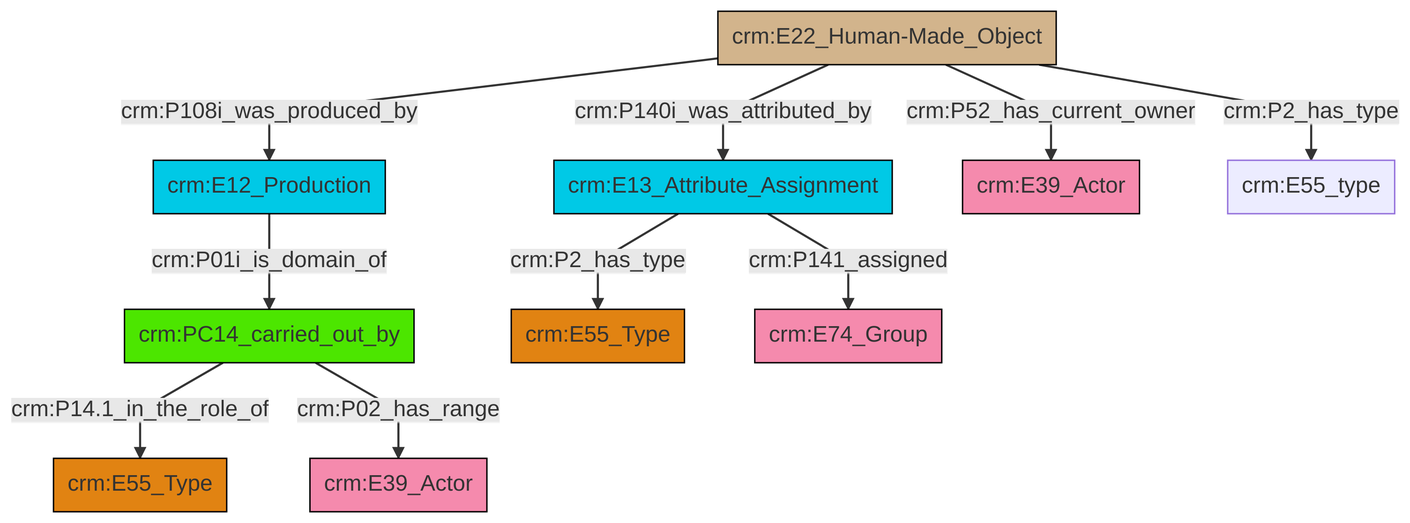
Above: et/builtWorkCSV/ttl/mmd/png/Built_Work_actor_relations.png in swiss-art-research-net/reference-data-models (Mermaid), before the change. Its source is kept beside it as et/builtWorkCSV/ttl/mmd/Built_Work_actor_relations.ttl.mmd.
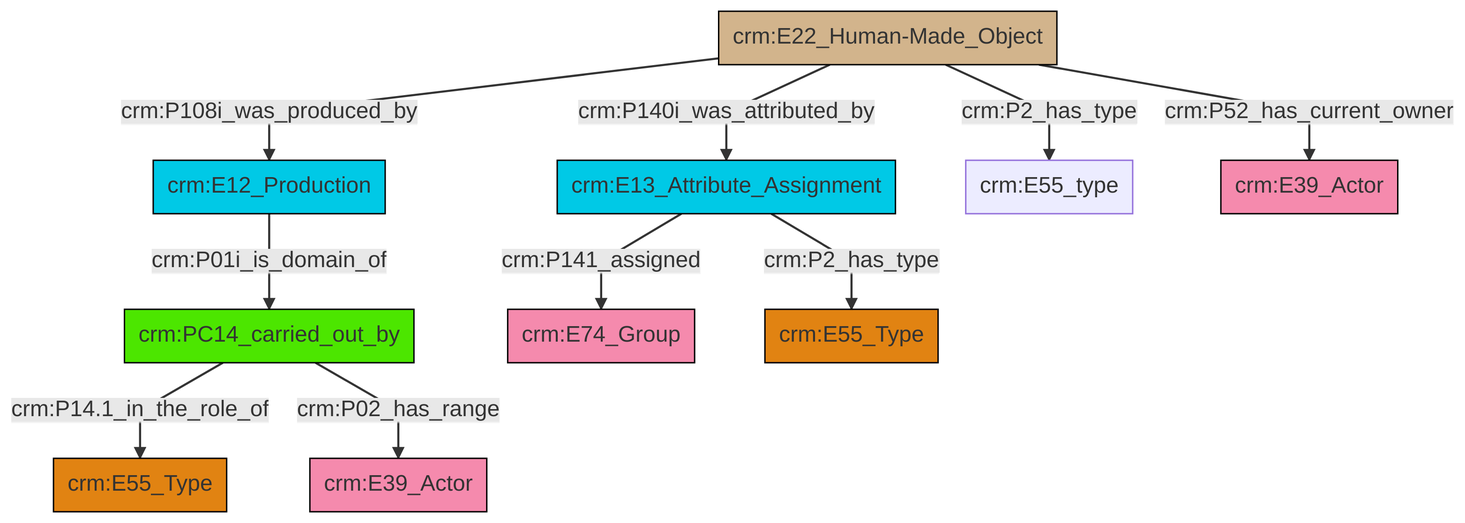
Later version of the same file.

Diff of the diagram source:
```diff
@@ -13,12 +13,12 @@
 classDef PC_Classes fill:#4ce600, stroke:#000000;
 classDef Multi fill:#cccccc,stroke:#000000;
 
-2["crm:E22_Human-Made_Object"]:::Physical_Thing -->|crm:P108i_was_produced_by| 3["crm:E12_Production"]:::Temporal_Entity
-7["crm:PC14_carried_out_by"]:::PC_Classes -->|crm:P14.1_in_the_role_of| 0["crm:E55_Type"]:::Type
-4["crm:E13_Attribute_Assignment"]:::Temporal_Entity -->|crm:P2_has_type| 8["crm:E55_Type"]:::Type
-7["crm:PC14_carried_out_by"]:::PC_Classes -->|crm:P02_has_range| 9["crm:E39_Actor"]:::Actor
-2["crm:E22_Human-Made_Object"]:::Physical_Thing -->|crm:P140i_was_attributed_by| 4["crm:E13_Attribute_Assignment"]:::Temporal_Entity
-4["crm:E13_Attribute_Assignment"]:::Temporal_Entity -->|crm:P141_assigned| 15["crm:E74_Group"]:::Actor
-3["crm:E12_Production"]:::Temporal_Entity -->|crm:P01i_is_domain_of| 7["crm:PC14_carried_out_by"]:::PC_Classes
-2["crm:E22_Human-Made_Object"]:::Physical_Thing -->|crm:P2_has_type| 17["crm:E55_type"]:::Default
-2["crm:E22_Human-Made_Object"]:::Physical_Thing -->|crm:P52_has_current_owner| 10["crm:E39_Actor"]:::Actor
+0["crm:E22_Human-Made_Object"]:::Physical_Thing -->|crm:P140i_was_attributed_by| 1["crm:E13_Attribute_Assignment"]:::Temporal_Entity
+6["crm:PC14_carried_out_by"]:::PC_Classes -->|crm:P14.1_in_the_role_of| 4["crm:E55_Type"]:::Type
+0["crm:E22_Human-Made_Object"]:::Physical_Thing -->|crm:P108i_was_produced_by| 2["crm:E12_Production"]:::Temporal_Entity
+2["crm:E12_Production"]:::Temporal_Entity -->|crm:P01i_is_domain_of| 6["crm:PC14_carried_out_by"]:::PC_Classes
+0["crm:E22_Human-Made_Object"]:::Physical_Thing -->|crm:P2_has_type| 15["crm:E55_type"]:::Default
+1["crm:E13_Attribute_Assignment"]:::Temporal_Entity -->|crm:P141_assigned| 10["crm:E74_Group"]:::Actor
+0["crm:E22_Human-Made_Object"]:::Physical_Thing -->|crm:P52_has_current_owner| 17["crm:E39_Actor"]:::Actor
+1["crm:E13_Attribute_Assignment"]:::Temporal_Entity -->|crm:P2_has_type| 12["crm:E55_Type"]:::Type
+6["crm:PC14_carried_out_by"]:::PC_Classes -->|crm:P02_has_range| 8["crm:E39_Actor"]:::Actor
```
